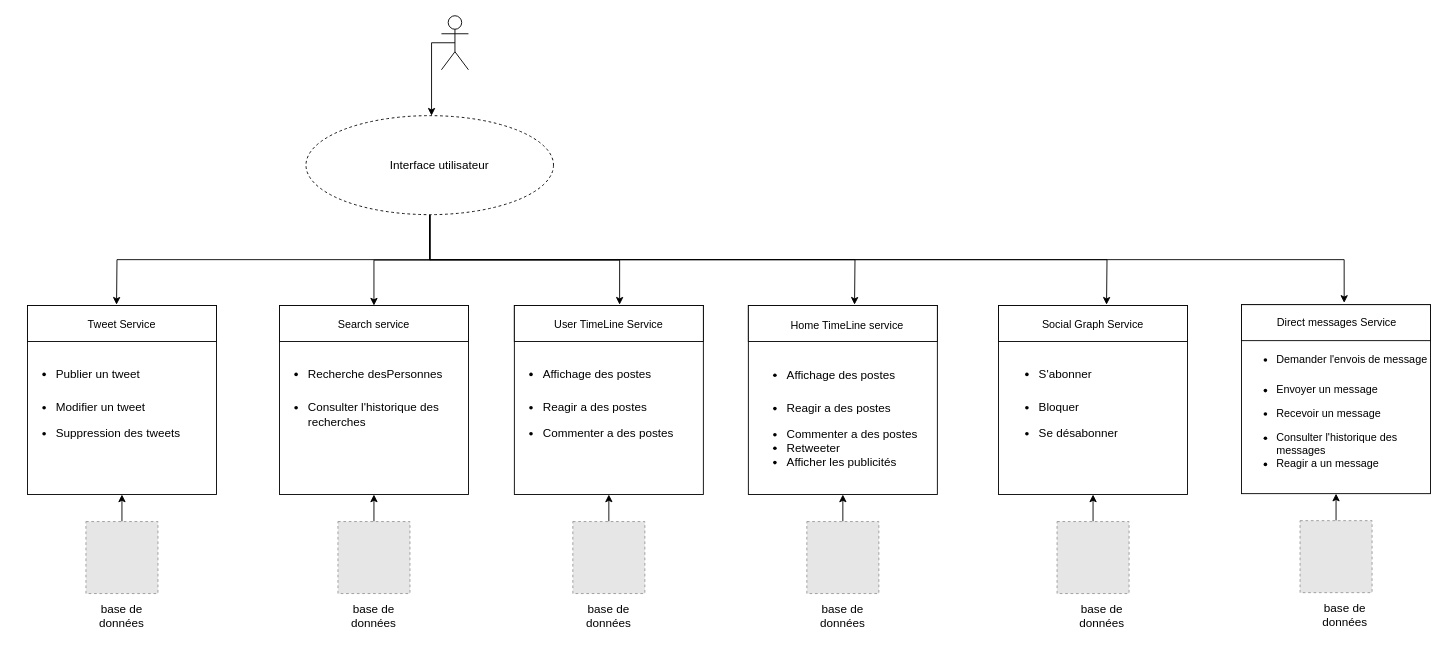
This is page "livrable-3" (1 of 7) of albc.drawio from abdoelhafi/component-based-architecture-project, a draw.io file, before an edit. Source tidied: cells renumbered, new cells numbered last; positions are measured from the earlier drawing's top-left corner, leaving out a move shared by most shapes. Both pictures are drawn from the tidied source at 90%, with x=0, y=0 at pixel (15, 15). Pictures stored in the file or linked from it are replaced by grey dashed boxes.
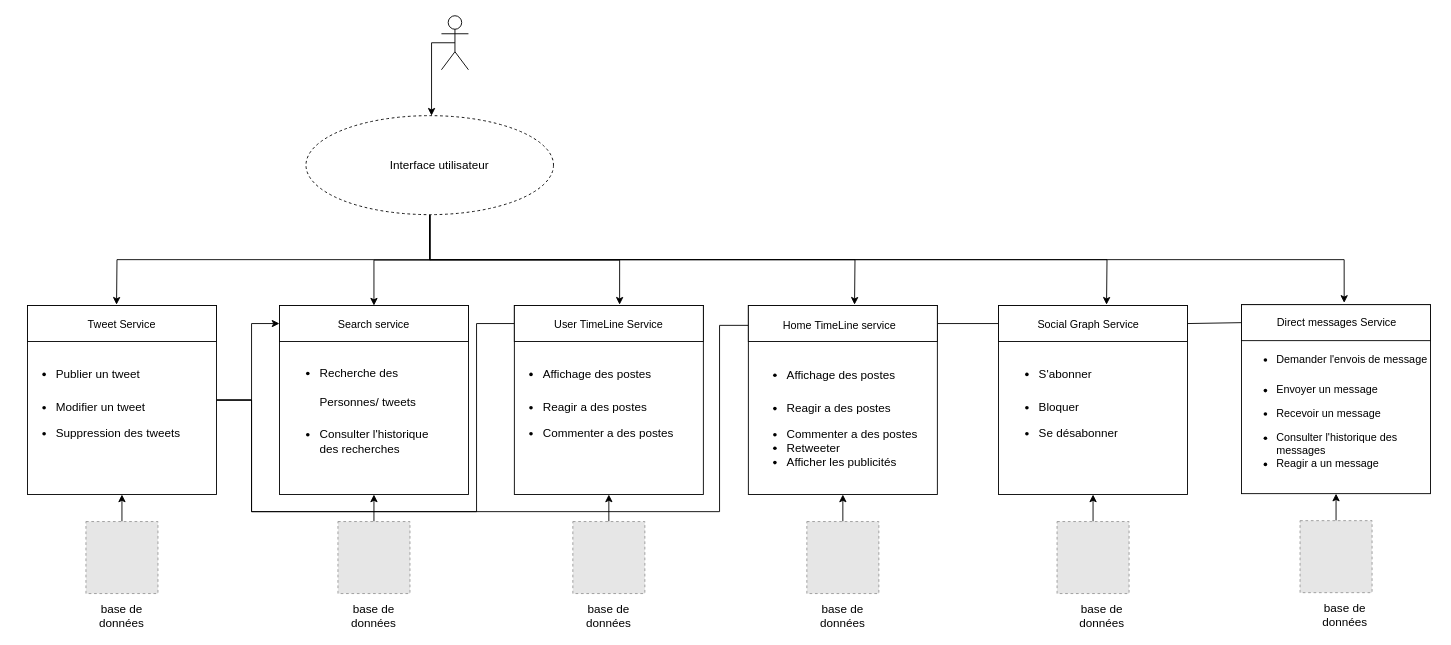
The same diagram, later.

Commit message:
connections betweeen services

Unchanged cells that the change refers to:
```xml
<mxCell id="2" style="whiteSpace=wrap;html=1;" parent="1" vertex="1">
  <mxGeometry x="13" y="322" width="210" height="210" as="geometry" />
</mxCell>
<mxCell id="21" value="Search service" style="text;strokeColor=none;fillColor=none;align=center;verticalAlign=middle;spacingLeft=4;spacingRight=4;overflow=hidden;points=[[0,0.5],[1,0.5]];portConstraint=eastwest;" parent="1" vertex="1">
  <mxGeometry x="293" y="327" width="210" height="30" as="geometry" />
</mxCell>
<mxCell id="28" value="User TimeLine Service" style="text;strokeColor=none;fillColor=none;align=center;verticalAlign=middle;spacingLeft=4;spacingRight=4;overflow=hidden;points=[[0,0.5],[1,0.5]];portConstraint=eastwest;" parent="1" vertex="1">
  <mxGeometry x="554" y="327" width="210" height="30" as="geometry" />
</mxCell>
<mxCell id="34" style="rounded=0;whiteSpace=wrap;html=1;" parent="1" vertex="1">
  <mxGeometry x="814" y="322" width="210" height="40" as="geometry" />
</mxCell>
<mxCell id="39" style="rounded=0;whiteSpace=wrap;html=1;" parent="1" vertex="1">
  <mxGeometry x="1092" y="322" width="210" height="40" as="geometry" />
</mxCell>
<mxCell id="46" style="rounded=0;whiteSpace=wrap;html=1;" parent="1" vertex="1">
  <mxGeometry x="1362" y="321" width="210" height="40" as="geometry" />
</mxCell>
```

Change to the diagram source:
```diff
@@
+    <mxCell id="54" style="edgeStyle=orthogonalEdgeStyle;rounded=0;jettySize=auto;html=1;exitX=1;exitY=0.5;exitDx=0;exitDy=0;fontSize=12;endArrow=none;endFill=0;" parent="1" edge="1" source="2" target="28">
+      <mxGeometry relative="1" as="geometry">
+        <Array as="points">
+          <mxPoint x="262" y="427" />
+          <mxPoint x="262" y="551" />
+          <mxPoint x="512" y="551" />
+          <mxPoint x="512" y="342" />
+        </Array>
+      </mxGeometry>
+    </mxCell>
+    <mxCell id="55" style="edgeStyle=orthogonalEdgeStyle;rounded=0;jettySize=auto;html=1;exitX=1;exitY=0.5;exitDx=0;exitDy=0;fontSize=12;endArrow=none;endFill=0;" parent="1" edge="1" source="2" target="50">
+      <mxGeometry relative="1" as="geometry">
+        <Array as="points">
+          <mxPoint x="262" y="427" />
+          <mxPoint x="262" y="551" />
+          <mxPoint x="782" y="551" />
+          <mxPoint x="782" y="344" />
+        </Array>
+      </mxGeometry>
+    </mxCell>
+    <mxCell id="56" style="edgeStyle=orthogonalEdgeStyle;rounded=0;jettySize=auto;html=1;exitX=1;exitY=0.5;exitDx=0;exitDy=0;fontSize=12;" parent="1" edge="1" source="2" target="21">
+      <mxGeometry relative="1" as="geometry">
+        <Array as="points">
+          <mxPoint x="262" y="427" />
+          <mxPoint x="262" y="342" />
+        </Array>
+      </mxGeometry>
+    </mxCell>
@@
     <mxCell id="7" value="&lt;ul style=&quot;font-size: 13px&quot;&gt;&lt;li style=&quot;font-size: 13px&quot;&gt;&lt;h1&gt;&lt;span style=&quot;font-weight: normal ; font-size: 13px&quot;&gt;Publier un tweet&lt;/span&gt;&lt;/h1&gt;&lt;/li&gt;&lt;li&gt;Modifier un tweet&lt;/li&gt;&lt;/ul&gt;&lt;div&gt;&lt;ul style=&quot;font-size: 13px&quot;&gt;&lt;li&gt;Suppression des tweets&lt;br&gt;&lt;/li&gt;&lt;/ul&gt;&lt;/div&gt;" style="text;html=1;strokeColor=none;fillColor=none;spacing=5;spacingTop=-20;whiteSpace=wrap;overflow=hidden;rounded=0;" parent="1" vertex="1">
-      <mxGeometry y="372" width="255" height="210" as="geometry" />
+      <mxGeometry y="372" width="212" height="149" as="geometry" />
     </mxCell>
@@
-    <mxCell id="24" value="&lt;ul style=&quot;font-size: 13px&quot;&gt;&lt;li style=&quot;font-size: 13px&quot;&gt;&lt;h1&gt;&lt;span style=&quot;font-weight: normal ; font-size: 13px&quot;&gt;Recherche desPersonnes&lt;br&gt;&lt;/span&gt;&lt;/h1&gt;&lt;/li&gt;&lt;li&gt;Consulter l'historique des recherches&lt;br&gt;&lt;/li&gt;&lt;/ul&gt;" style="text;html=1;strokeColor=none;fillColor=none;spacing=5;spacingTop=-20;whiteSpace=wrap;overflow=hidden;rounded=0;" parent="1" vertex="1">
-      <mxGeometry x="280" y="372" width="255" height="210" as="geometry" />
+    <mxCell id="24" value="&lt;ul style=&quot;font-size: 13px&quot;&gt;&lt;li style=&quot;font-size: 13px&quot;&gt;&lt;h1&gt;&lt;span style=&quot;font-weight: normal ; font-size: 13px&quot;&gt;Recherche des Personnes/ tweets&lt;br&gt;&lt;/span&gt;&lt;/h1&gt;&lt;/li&gt;&lt;li&gt;Consulter l'historique des recherches&lt;br&gt;&lt;/li&gt;&lt;/ul&gt;" style="text;html=1;strokeColor=none;fillColor=none;spacing=5;spacingTop=-20;whiteSpace=wrap;overflow=hidden;rounded=0;" parent="1" vertex="1">
+      <mxGeometry x="293" y="371" width="191" height="210" as="geometry" />
     </mxCell>
@@
+    <mxCell id="57" style="edgeStyle=none;rounded=0;jettySize=auto;html=1;exitX=1;exitY=0.5;exitDx=0;exitDy=0;entryX=0;entryY=0.5;entryDx=0;entryDy=0;fontSize=12;endArrow=none;endFill=0;" parent="1" edge="1" source="34" target="40">
+      <mxGeometry relative="1" as="geometry" />
+    </mxCell>
@@
+    <mxCell id="58" style="edgeStyle=none;rounded=0;jettySize=auto;html=1;exitX=1;exitY=0.5;exitDx=0;exitDy=0;entryX=0;entryY=0.5;entryDx=0;entryDy=0;fontSize=12;endArrow=none;endFill=0;" parent="1" edge="1" source="39" target="46">
+      <mxGeometry relative="1" as="geometry" />
+    </mxCell>
@@
     <mxCell id="40" value="Social Graph Service" style="text;strokeColor=none;fillColor=none;align=center;verticalAlign=middle;spacingLeft=4;spacingRight=4;overflow=hidden;points=[[0,0.5],[1,0.5]];portConstraint=eastwest;" parent="1" vertex="1">
-      <mxGeometry x="1092" y="327" width="210" height="30" as="geometry" />
+      <mxGeometry x="1092" y="327" width="200" height="30" as="geometry" />
     </mxCell>
@@
     <mxCell id="43" value="&lt;ul style=&quot;font-size: 13px&quot;&gt;&lt;li style=&quot;font-size: 13px&quot;&gt;&lt;h1&gt;&lt;span style=&quot;font-weight: normal ; font-size: 13px&quot;&gt;S'abonner&lt;/span&gt;&lt;/h1&gt;&lt;/li&gt;&lt;li&gt;Bloquer&lt;/li&gt;&lt;/ul&gt;&lt;ul style=&quot;font-size: 13px&quot;&gt;&lt;li&gt;Se désabonner&lt;br&gt;&lt;/li&gt;&lt;/ul&gt;" style="text;html=1;strokeColor=none;fillColor=none;spacing=5;spacingTop=-20;whiteSpace=wrap;overflow=hidden;rounded=0;" parent="1" vertex="1">
-      <mxGeometry x="1092" y="372" width="255" height="210" as="geometry" />
+      <mxGeometry x="1092" y="372" width="180" height="210" as="geometry" />
     </mxCell>
@@
     <mxCell id="50" value="Home TimeLine service" style="text;strokeColor=none;fillColor=none;align=center;verticalAlign=middle;spacingLeft=4;spacingRight=4;overflow=hidden;points=[[0,0.5],[1,0.5]];portConstraint=eastwest;" parent="1" vertex="1">
-      <mxGeometry x="819" y="329" width="210" height="30" as="geometry" />
+      <mxGeometry x="819" y="329" width="193" height="30" as="geometry" />
     </mxCell>
```
